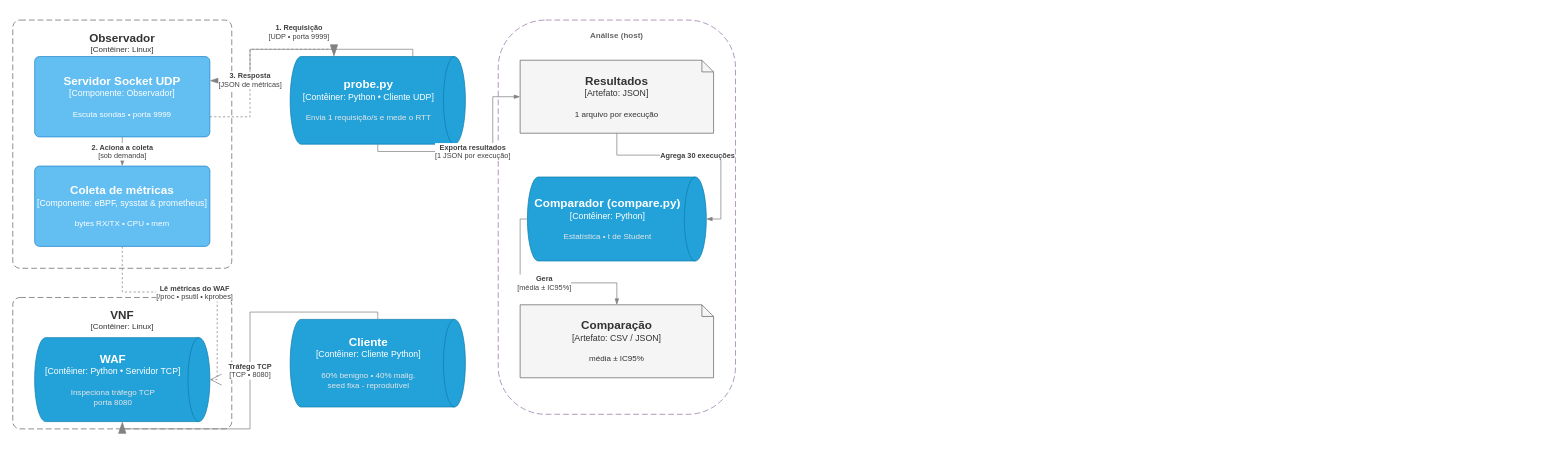
This is docs/C4model.drawio from joaopedroplinta/vnf-monitoring-benchmark, a draw.io file, before an edit. Source tidied: cells renumbered, new cells numbered last; positions are measured from the earlier drawing's top-left corner, leaving out a move shared by most shapes. Both pictures are drawn from the tidied source at 73%, with x=0, y=0 at pixel (12, 20).
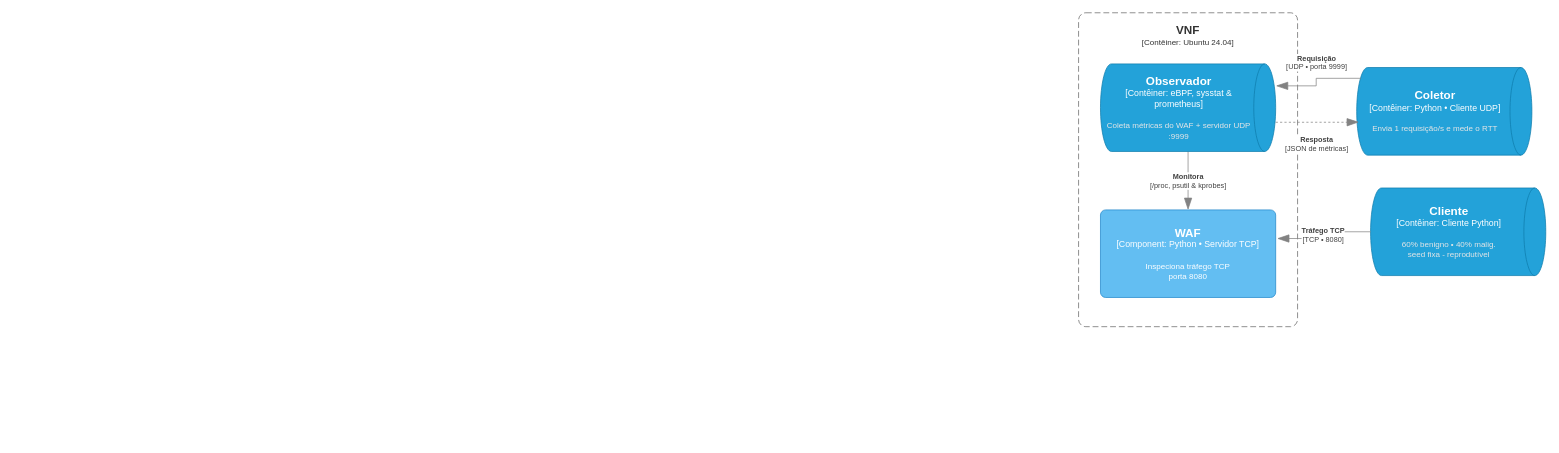
The same diagram, later.

Commit message (it also covers changes not shown here):
docs: atualizar diagrama C4 (drawio, png e svg)

Adiciona o SVG (usado no Overleaf via \includesvg, pois o pdfLaTeX não aceita
.svg em \includegraphics) e atualiza o drawio e o PNG de fallback.

The edit, as a diff of the source:
```diff
@@
-    <object id="2" label="&lt;font style=&quot;font-size: 16px&quot;&gt;&lt;b&gt;&lt;div style=&quot;&quot;&gt;%c4Name%&lt;/div&gt;&lt;/b&gt;&lt;/font&gt;&lt;div style=&quot;&quot;&gt;[%c4Application%]&lt;/div&gt;" c4Application="Contêiner: Linux" c4Name="Observador" placeholders="1">
-      <mxCell style="rounded=1;fontSize=11;whiteSpace=wrap;html=1;dashed=1;arcSize=20;fillColor=none;strokeColor=#666666;fontColor=light-dark(#333333,#000000);labelBackgroundColor=none;align=center;verticalAlign=top;labelBorderColor=none;spacingTop=0;spacing=10;dashPattern=8 4;perimeter=rectanglePerimeter;labelPadding=0;absoluteArcSize=1;" parent="1" vertex="1">
-        <mxGeometry width="300" height="340" as="geometry" />
-      </mxCell>
-    </object>
-    <object id="3" label="&lt;font style=&quot;font-size: 16px&quot;&gt;&lt;b&gt;&lt;div style=&quot;&quot;&gt;%c4Name%&lt;/div&gt;&lt;/b&gt;&lt;/font&gt;&lt;div style=&quot;&quot;&gt;[%c4Application%]&lt;/div&gt;" c4Application="Contêiner: Linux" c4Name="VNF" placeholders="1">
-      <mxCell style="rounded=1;fontSize=11;whiteSpace=wrap;html=1;dashed=1;arcSize=20;fillColor=none;strokeColor=#666666;fontColor=light-dark(#333333,#000000);labelBackgroundColor=none;align=center;verticalAlign=top;labelBorderColor=none;spacingTop=0;spacing=10;dashPattern=8 4;perimeter=rectanglePerimeter;labelPadding=0;absoluteArcSize=1;" parent="1" vertex="1">
-        <mxGeometry y="380" width="300" height="180" as="geometry" />
-      </mxCell>
-    </object>
-    <object id="4" label="&lt;font style=&quot;font-size: 16px&quot;&gt;&lt;b&gt;%c4Name%&lt;/b&gt;&lt;/font&gt;&lt;div&gt;[%c4Type%: %c4Technology%]&lt;/div&gt;&lt;br&gt;&lt;div&gt;&lt;font style=&quot;font-size: 11px&quot;&gt;%c4Description%&lt;/font&gt;&lt;/div&gt;" c4Description="Escuta sondas • porta 9999" c4Name="Servidor Socket UDP" c4Technology="Observador" c4Type="Componente" placeholders="1">
-      <mxCell style="rounded=1;whiteSpace=wrap;html=1;labelBackgroundColor=none;fillColor=#63BEF2;fontColor=#ffffff;align=center;arcSize=6;strokeColor=#2086C9;points=[[0.25,0,0],[0.5,0,0],[0.75,0,0],[1,0.25,0],[1,0.5,0],[1,0.75,0],[0.75,1,0],[0.5,1,0],[0.25,1,0],[0,0.75,0],[0,0.5,0],[0,0.25,0]];" parent="1" vertex="1">
-        <mxGeometry x="30" y="50" width="240" height="110" as="geometry" />
-      </mxCell>
-    </object>
-    <object id="5" label="&lt;font style=&quot;font-size: 16px&quot;&gt;&lt;b&gt;%c4Name%&lt;/b&gt;&lt;/font&gt;&lt;div&gt;[%c4Type%: %c4Technology%]&lt;/div&gt;&lt;br&gt;&lt;div&gt;&lt;font style=&quot;font-size: 11px&quot;&gt;%c4Description%&lt;/font&gt;&lt;/div&gt;" c4Description="bytes RX/TX • CPU • mem" c4Name="Coleta de métricas" c4Technology="eBPF, sysstat &amp; prometheus" c4Type="Componente" placeholders="1">
-      <mxCell style="rounded=1;whiteSpace=wrap;html=1;labelBackgroundColor=none;fillColor=#63BEF2;fontColor=#ffffff;align=center;arcSize=6;strokeColor=#2086C9;points=[[0.25,0,0],[0.5,0,0],[0.75,0,0],[1,0.25,0],[1,0.5,0],[1,0.75,0],[0.75,1,0],[0.5,1,0],[0.25,1,0],[0,0.75,0],[0,0.5,0],[0,0.25,0]];" parent="1" vertex="1">
-        <mxGeometry x="30" y="200" width="240" height="110" as="geometry" />
-      </mxCell>
-    </object>
-    <object id="6" label="&lt;font style=&quot;font-size: 16px&quot;&gt;&lt;b&gt;%c4Name%&lt;/b&gt;&lt;/font&gt;&lt;div&gt;[%c4Type%:&amp;nbsp;%c4Technology%]&lt;/div&gt;&lt;br&gt;&lt;div&gt;&lt;font style=&quot;font-size: 11px&quot;&gt;&lt;font color=&quot;#E6E6E6&quot;&gt;%c4Description%&lt;/font&gt;&lt;/div&gt;" c4Description="Inspeciona tráfego TCP&#10;porta 8080" c4Name="WAF" c4Technology="Python • Servidor TCP" c4Type="Contêiner" placeholders="1">
-      <mxCell style="shape=cylinder3;size=15;direction=south;whiteSpace=wrap;html=1;boundedLbl=1;rounded=0;labelBackgroundColor=none;fillColor=#23A2D9;fontSize=12;fontColor=#ffffff;align=center;strokeColor=#0E7DAD;points=[[0.5,0,0],[1,0.25,0],[1,0.5,0],[1,0.75,0],[0.5,1,0],[0,0.75,0],[0,0.5,0],[0,0.25,0]];" parent="1" vertex="1">
-        <mxGeometry x="30" y="435" width="240" height="115" as="geometry" />
-      </mxCell>
-    </object>
-    <object id="7" label="&lt;font style=&quot;font-size: 16px&quot;&gt;&lt;b&gt;%c4Name%&lt;/b&gt;&lt;/font&gt;&lt;div&gt;[%c4Type%:&amp;nbsp;%c4Technology%]&lt;/div&gt;&lt;br&gt;&lt;div&gt;&lt;font style=&quot;font-size: 11px&quot;&gt;&lt;font color=&quot;#E6E6E6&quot;&gt;%c4Description%&lt;/font&gt;&lt;/div&gt;" c4Description="Envia 1 requisição/s e mede o RTT" c4Name="probe.py" c4Technology="Python • Cliente UDP" c4Type="Contêiner" placeholders="1">
-      <mxCell style="shape=cylinder3;size=15;direction=south;whiteSpace=wrap;html=1;boundedLbl=1;rounded=0;labelBackgroundColor=none;fillColor=#23A2D9;fontSize=12;fontColor=#ffffff;align=center;strokeColor=#0E7DAD;points=[[0.5,0,0],[1,0.25,0],[1,0.5,0],[1,0.75,0],[0.5,1,0],[0,0.75,0],[0,0.5,0],[0,0.25,0]];" parent="1" vertex="1">
-        <mxGeometry x="380" y="50" width="240" height="120" as="geometry" />
-      </mxCell>
-    </object>
+    <object id="17" label="&lt;font style=&quot;font-size: 16px&quot;&gt;&lt;b&gt;&lt;div style=&quot;&quot;&gt;%c4Name%&lt;/div&gt;&lt;/b&gt;&lt;/font&gt;&lt;div style=&quot;&quot;&gt;[%c4Application%]&lt;/div&gt;" c4Application="Contêiner: Ubuntu 24.04" c4Name="VNF" placeholders="1">
+      <mxCell style="rounded=1;fontSize=11;whiteSpace=wrap;html=1;dashed=1;arcSize=20;fillColor=none;strokeColor=#666666;fontColor=light-dark(#333333,#000000);labelBackgroundColor=none;align=center;verticalAlign=top;labelBorderColor=none;spacingTop=0;spacing=10;dashPattern=8 4;perimeter=rectanglePerimeter;labelPadding=0;absoluteArcSize=1;" parent="1" vertex="1">
+        <mxGeometry x="1460" y="-10" width="300" height="430" as="geometry" />
+      </mxCell>
+    </object>
+    <object id="21" label="&lt;font style=&quot;font-size: 16px&quot;&gt;&lt;b&gt;%c4Name%&lt;/b&gt;&lt;/font&gt;&lt;div&gt;[%c4Type%:&amp;nbsp;%c4Technology%]&lt;/div&gt;&lt;br&gt;&lt;div&gt;&lt;font style=&quot;font-size: 11px&quot;&gt;&lt;font color=&quot;#E6E6E6&quot;&gt;%c4Description%&lt;/font&gt;&lt;/div&gt;" c4Description="Envia 1 requisição/s e mede o RTT" c4Name="Coletor" c4Technology="Python • Cliente UDP" c4Type="Contêiner" placeholders="1">
+      <mxCell style="shape=cylinder3;size=15;direction=south;whiteSpace=wrap;html=1;boundedLbl=1;rounded=0;labelBackgroundColor=none;fillColor=#23A2D9;fontSize=12;fontColor=#ffffff;align=center;strokeColor=#0E7DAD;points=[[0.5,0,0],[1,0.25,0],[1,0.5,0],[1,0.75,0],[0.5,1,0],[0,0.75,0],[0,0.5,0],[0,0.25,0]];" parent="1" vertex="1">
+        <mxGeometry x="1841" y="65" width="240" height="120" as="geometry" />
+      </mxCell>
+    </object>
     <object id="8" label="&lt;font style=&quot;font-size: 16px&quot;&gt;&lt;b&gt;%c4Name%&lt;/b&gt;&lt;/font&gt;&lt;div&gt;[%c4Type%:&amp;nbsp;%c4Technology%]&lt;/div&gt;&lt;br&gt;&lt;div&gt;&lt;font style=&quot;font-size: 11px&quot;&gt;&lt;font color=&quot;#E6E6E6&quot;&gt;%c4Description%&lt;/font&gt;&lt;/div&gt;" c4Description="60% benigno • 40% malig.&#10;seed fixa - reprodutível" c4Name="Cliente" c4Technology="Cliente Python" c4Type="Contêiner" placeholders="1">
       <mxCell style="shape=cylinder3;size=15;direction=south;whiteSpace=wrap;html=1;boundedLbl=1;rounded=0;labelBackgroundColor=none;fillColor=#23A2D9;fontSize=12;fontColor=#ffffff;align=center;strokeColor=#0E7DAD;points=[[0.5,0,0],[1,0.25,0],[1,0.5,0],[1,0.75,0],[0.5,1,0],[0,0.75,0],[0,0.5,0],[0,0.25,0]];" parent="1" vertex="1">
-        <mxGeometry x="380" y="410" width="240" height="120" as="geometry" />
+        <mxGeometry x="1860" y="230" width="240" height="120" as="geometry" />
       </mxCell>
     </object>
-    <object id="9" label="&lt;div style=&quot;text-align: left&quot;&gt;&lt;div style=&quot;text-align: center&quot;&gt;&lt;b&gt;%c4Description%&lt;/b&gt;&lt;/div&gt;&lt;div style=&quot;text-align: center&quot;&gt;[%c4Technology%]&lt;/div&gt;&lt;/div&gt;" c4Description="1. Requisição" c4Technology="UDP • porta 9999" placeholders="1">
-      <mxCell style="endArrow=blockThin;html=1;fontSize=10;fontColor=#404040;strokeWidth=1;endFill=1;strokeColor=#828282;elbow=vertical;endSize=14;startSize=14;jumpStyle=arc;jumpSize=16;rounded=0;edgeStyle=orthogonalEdgeStyle;exitX=0;exitY=0.3;exitDx=0;exitDy=0;exitPerimeter=0;entryX=1;entryY=0.3;entryDx=0;entryDy=0;entryPerimeter=0;" parent="1" edge="1" source="7" target="4">
-        <mxGeometry relative="1" as="geometry">
-          <mxPoint y="-24" as="offset" />
-        </mxGeometry>
-      </mxCell>
-    </object>
-    <object id="10" label="&lt;div style=&quot;text-align: left&quot;&gt;&lt;div style=&quot;text-align: center&quot;&gt;&lt;b&gt;%c4Description%&lt;/b&gt;&lt;/div&gt;&lt;div style=&quot;text-align: center&quot;&gt;[%c4Technology%]&lt;/div&gt;&lt;/div&gt;" c4Description="3. Resposta" c4Technology="JSON de métricas" placeholders="1">
-      <mxCell style="endArrow=blockThin;html=1;fontSize=10;fontColor=#404040;strokeWidth=1;endFill=1;strokeColor=#828282;elbow=vertical;endSize=14;startSize=14;jumpStyle=arc;jumpSize=16;rounded=0;edgeStyle=orthogonalEdgeStyle;dashed=1;exitX=1;exitY=0.75;exitDx=0;exitDy=0;exitPerimeter=0;entryX=0;entryY=0.75;entryDx=0;entryDy=0;entryPerimeter=0;" parent="1" edge="1" source="4" target="7">
-        <mxGeometry relative="1" as="geometry">
-          <mxPoint y="30" as="offset" />
-        </mxGeometry>
-      </mxCell>
-    </object>
-    <object id="11" label="&lt;div style=&quot;text-align: left&quot;&gt;&lt;div style=&quot;text-align: center&quot;&gt;&lt;b&gt;%c4Description%&lt;/b&gt;&lt;/div&gt;&lt;div style=&quot;text-align: center&quot;&gt;[%c4Technology%]&lt;/div&gt;&lt;/div&gt;" c4Description="2. Aciona a coleta" c4Technology="sob demanda" placeholders="1">
-      <mxCell style="endArrow=blockThin;html=1;fontSize=10;fontColor=#404040;strokeWidth=1;endFill=1;strokeColor=#828282;elbow=vertical;endSize=14;startSize=14;jumpStyle=arc;jumpSize=16;rounded=0;edgeStyle=orthogonalEdgeStyle;exitX=0.5;exitY=1;exitDx=0;exitDy=0;exitPerimeter=0;entryX=0.5;entryY=0;entryDx=0;entryDy=0;entryPerimeter=0;" parent="1" edge="1" source="4" target="5">
-        <mxGeometry relative="1" as="geometry" />
-      </mxCell>
-    </object>
+    <object id="22" label="&lt;div style=&quot;text-align: left&quot;&gt;&lt;div style=&quot;text-align: center&quot;&gt;&lt;b&gt;%c4Description%&lt;/b&gt;&lt;/div&gt;&lt;div style=&quot;text-align: center&quot;&gt;[%c4Technology%]&lt;/div&gt;&lt;/div&gt;" c4Description="Requisição" c4Technology="UDP • porta 9999" placeholders="1">
+      <mxCell style="endArrow=blockThin;html=1;fontSize=10;fontColor=#404040;strokeWidth=1;endFill=1;strokeColor=#828282;elbow=vertical;endSize=14;startSize=14;jumpStyle=arc;jumpSize=16;rounded=0;edgeStyle=orthogonalEdgeStyle;entryX=0.251;entryY=-0.002;entryDx=0;entryDy=0;entryPerimeter=0;exitX=0.123;exitY=0.976;exitDx=0;exitDy=0;exitPerimeter=0;" parent="1" edge="1" source="21" target="26">
+        <mxGeometry relative="1" as="geometry">
+          <mxPoint y="-24" as="offset" />
+        </mxGeometry>
+      </mxCell>
+    </object>
+    <object id="23" label="&lt;div style=&quot;text-align: left&quot;&gt;&lt;div style=&quot;text-align: center&quot;&gt;&lt;b&gt;%c4Description%&lt;/b&gt;&lt;/div&gt;&lt;div style=&quot;text-align: center&quot;&gt;[%c4Technology%]&lt;/div&gt;&lt;/div&gt;" c4Description="Resposta" c4Technology="JSON de métricas" placeholders="1">
+      <mxCell style="endArrow=blockThin;html=1;fontSize=10;fontColor=#404040;strokeWidth=1;endFill=1;strokeColor=#828282;elbow=vertical;endSize=14;startSize=14;jumpStyle=arc;jumpSize=16;rounded=0;edgeStyle=orthogonalEdgeStyle;dashed=1;entryX=0.623;entryY=0.988;entryDx=0;entryDy=0;entryPerimeter=0;" parent="1" edge="1" target="21">
+        <mxGeometry relative="1" as="geometry">
+          <mxPoint x="1730" y="140" as="sourcePoint" />
+          <mxPoint y="30" as="offset" />
+        </mxGeometry>
+      </mxCell>
+    </object>
+    <object id="24" label="&lt;div style=&quot;text-align: left&quot;&gt;&lt;div style=&quot;text-align: center&quot;&gt;&lt;b&gt;%c4Description%&lt;/b&gt;&lt;/div&gt;&lt;div style=&quot;text-align: center&quot;&gt;[%c4Technology%]&lt;/div&gt;&lt;/div&gt;" c4Description="Monitora" c4Technology="/proc, psutil &amp; kprobes" placeholders="1">
+      <mxCell style="endArrow=blockThin;html=1;fontSize=10;fontColor=#404040;strokeWidth=1;endFill=1;strokeColor=#828282;elbow=vertical;endSize=14;startSize=14;jumpStyle=arc;jumpSize=16;rounded=0;edgeStyle=orthogonalEdgeStyle;" parent="1" edge="1" source="26" target="25">
+        <mxGeometry relative="1" as="geometry" />
+      </mxCell>
+    </object>
     <object id="12" label="&lt;div style=&quot;text-align: left&quot;&gt;&lt;div style=&quot;text-align: center&quot;&gt;&lt;b&gt;%c4Description%&lt;/b&gt;&lt;/div&gt;&lt;div style=&quot;text-align: center&quot;&gt;[%c4Technology%]&lt;/div&gt;&lt;/div&gt;" c4Description="Tráfego TCP" c4Technology="TCP • 8080" placeholders="1">
-      <mxCell style="endArrow=blockThin;html=1;fontSize=10;fontColor=#404040;strokeWidth=1;endFill=1;strokeColor=#828282;elbow=vertical;endSize=14;startSize=14;jumpStyle=arc;jumpSize=16;rounded=0;edgeStyle=orthogonalEdgeStyle;exitX=0;exitY=0.5;exitDx=0;exitDy=0;exitPerimeter=0;entryX=1;entryY=0.5;entryDx=0;entryDy=0;entryPerimeter=0;" parent="1" edge="1" source="8" target="6">
+      <mxCell style="endArrow=blockThin;html=1;fontSize=10;fontColor=#404040;strokeWidth=1;endFill=1;strokeColor=#828282;elbow=vertical;endSize=14;startSize=14;jumpStyle=arc;jumpSize=16;rounded=0;edgeStyle=orthogonalEdgeStyle;entryX=1.009;entryY=0.327;entryDx=0;entryDy=0;entryPerimeter=0;" parent="1" edge="1" source="8" target="25">
         <mxGeometry relative="1" as="geometry" />
       </mxCell>
     </object>
-    <object id="13" label="&lt;div style=&quot;text-align: left&quot;&gt;&lt;div style=&quot;text-align: center&quot;&gt;&lt;b&gt;%c4Description%&lt;/b&gt;&lt;/div&gt;&lt;div style=&quot;text-align: center&quot;&gt;[%c4Technology%]&lt;/div&gt;&lt;/div&gt;" c4Description="Lê métricas do WAF" c4Technology="/proc • psutil • kprobes" placeholders="1">
-      <mxCell style="endArrow=open;html=1;fontSize=10;fontColor=#404040;strokeWidth=1;endFill=0;strokeColor=#828282;dashed=1;elbow=vertical;endSize=14;startSize=14;jumpStyle=arc;jumpSize=16;rounded=0;edgeStyle=orthogonalEdgeStyle;exitX=0.5;exitY=1;exitDx=0;exitDy=0;exitPerimeter=0;entryX=0.5;entryY=0;entryDx=0;entryDy=0;entryPerimeter=0;" parent="1" edge="1" source="5" target="6">
-        <mxGeometry relative="1" as="geometry" />
-      </mxCell>
-    </object>
-    <mxCell id="14" value="&lt;b&gt;Análise (host)&lt;/b&gt;" style="rounded=1;fontSize=11;whiteSpace=wrap;html=1;dashed=1;arcSize=20;fillColor=none;strokeColor=#9673A6;fontColor=#666666;align=center;verticalAlign=top;dashPattern=8 4;spacing=10;" parent="1" vertex="1">
-      <mxGeometry x="665" width="325" height="540" as="geometry" />
-    </mxCell>
-    <mxCell id="15" value="&lt;font style=&quot;font-size: 16px&quot;&gt;&lt;b&gt;Resultados&lt;/b&gt;&lt;/font&gt;&lt;div&gt;[Artefato: JSON]&lt;/div&gt;&lt;br&gt;&lt;div&gt;&lt;font style=&quot;font-size: 11px&quot;&gt;1 arquivo por execução&lt;/font&gt;&lt;/div&gt;" style="shape=note;whiteSpace=wrap;html=1;size=16;fillColor=#F5F5F5;strokeColor=#666666;fontColor=#333333;align=center;verticalAlign=middle;" parent="1" vertex="1">
-      <mxGeometry x="695" y="55" width="265" height="100" as="geometry" />
-    </mxCell>
-    <mxCell id="16" value="&lt;font style=&quot;font-size: 16px&quot;&gt;&lt;b&gt;Comparador (compare.py)&lt;/b&gt;&lt;/font&gt;&lt;div&gt;[Contêiner: Python]&lt;/div&gt;&lt;br&gt;&lt;div&gt;&lt;font style=&quot;font-size: 11px&quot;&gt;&lt;font color=&quot;#E6E6E6&quot;&gt;Estatística • t de Student&lt;/font&gt;&lt;/font&gt;&lt;/div&gt;" style="shape=cylinder3;size=15;direction=south;whiteSpace=wrap;html=1;boundedLbl=1;rounded=0;labelBackgroundColor=none;fillColor=#23A2D9;fontSize=12;fontColor=#ffffff;align=center;strokeColor=#0E7DAD;points=[[0.5,0,0],[1,0.25,0],[1,0.5,0],[1,0.75,0],[0.5,1,0],[0,0.75,0],[0,0.5,0],[0,0.25,0]];" parent="1" vertex="1">
-      <mxGeometry x="705" y="215" width="245" height="115" as="geometry" />
-    </mxCell>
-    <mxCell id="17" value="&lt;font style=&quot;font-size: 16px&quot;&gt;&lt;b&gt;Comparação&lt;/b&gt;&lt;/font&gt;&lt;div&gt;[Artefato: CSV / JSON]&lt;/div&gt;&lt;br&gt;&lt;div&gt;&lt;font style=&quot;font-size: 11px&quot;&gt;média ± IC95%&lt;/font&gt;&lt;/div&gt;" style="shape=note;whiteSpace=wrap;html=1;size=16;fillColor=#F5F5F5;strokeColor=#666666;fontColor=#333333;align=center;verticalAlign=middle;" parent="1" vertex="1">
-      <mxGeometry x="695" y="390" width="265" height="100" as="geometry" />
-    </mxCell>
-    <mxCell id="18" value="&lt;b&gt;Exporta resultados&lt;/b&gt;&lt;div&gt;[1 JSON por execução]&lt;/div&gt;" style="endArrow=blockThin;html=1;fontSize=10;fontColor=#404040;strokeWidth=1;endFill=1;strokeColor=#828282;rounded=0;edgeStyle=orthogonalEdgeStyle;exitX=1;exitY=0.5;exitDx=0;exitDy=0;exitPerimeter=0;entryX=0;entryY=0.5;entryDx=0;entryDy=0;entryPerimeter=0;" parent="1" edge="1" source="7" target="15">
-      <mxGeometry relative="1" as="geometry" />
-    </mxCell>
-    <mxCell id="19" value="&lt;b&gt;Agrega 30 execuções&lt;/b&gt;" style="endArrow=blockThin;html=1;fontSize=10;fontColor=#404040;strokeWidth=1;endFill=1;strokeColor=#828282;rounded=0;edgeStyle=orthogonalEdgeStyle;exitX=0.5;exitY=1;exitDx=0;exitDy=0;exitPerimeter=0;entryX=0.5;entryY=0;entryDx=0;entryDy=0;entryPerimeter=0;" parent="1" edge="1" source="15" target="16">
-      <mxGeometry relative="1" as="geometry" />
-    </mxCell>
-    <mxCell id="20" value="&lt;b&gt;Gera&lt;/b&gt;&lt;div&gt;[média ± IC95%]&lt;/div&gt;" style="endArrow=blockThin;html=1;fontSize=10;fontColor=#404040;strokeWidth=1;endFill=1;strokeColor=#828282;rounded=0;edgeStyle=orthogonalEdgeStyle;exitX=0.5;exitY=1;exitDx=0;exitDy=0;exitPerimeter=0;entryX=0.5;entryY=0;entryDx=0;entryDy=0;entryPerimeter=0;" parent="1" edge="1" source="16" target="17">
-      <mxGeometry relative="1" as="geometry" />
-    </mxCell>
+    <object id="25" label="&lt;font style=&quot;font-size: 16px&quot;&gt;&lt;b&gt;%c4Name%&lt;/b&gt;&lt;/font&gt;&lt;div&gt;[%c4Type%: %c4Technology%]&lt;/div&gt;&lt;br&gt;&lt;div&gt;&lt;font style=&quot;font-size: 11px&quot;&gt;%c4Description%&lt;/font&gt;&lt;/div&gt;" c4Description="Inspeciona tráfego TCP&#10;porta 8080" c4Name="WAF" c4Technology="Python • Servidor TCP" c4Type="Component" placeholders="1">
+      <mxCell style="rounded=1;whiteSpace=wrap;html=1;labelBackgroundColor=none;fillColor=#63BEF2;fontColor=#ffffff;align=center;arcSize=6;strokeColor=#2086C9;points=[[0.25,0,0],[0.5,0,0],[0.75,0,0],[1,0.25,0],[1,0.5,0],[1,0.75,0],[0.75,1,0],[0.5,1,0],[0.25,1,0],[0,0.75,0],[0,0.5,0],[0,0.25,0]];" parent="1" vertex="1">
+        <mxGeometry x="1490" y="260" width="240" height="120" as="geometry" />
+      </mxCell>
+    </object>
+    <object id="26" label="&lt;font style=&quot;font-size: 16px&quot;&gt;&lt;b&gt;%c4Name%&lt;/b&gt;&lt;/font&gt;&lt;div&gt;[%c4Type%:&amp;nbsp;%c4Technology%]&lt;/div&gt;&lt;br&gt;&lt;div&gt;&lt;font style=&quot;font-size: 11px&quot;&gt;&lt;font color=&quot;#E6E6E6&quot;&gt;%c4Description%&lt;/font&gt;&lt;/div&gt;" c4Description="Coleta métricas do WAF + servidor UDP :9999" c4Name="Observador" c4Technology="eBPF, sysstat &amp; prometheus" c4Type="Contêiner" placeholders="1">
+      <mxCell style="shape=cylinder3;size=15;direction=south;whiteSpace=wrap;html=1;boundedLbl=1;rounded=0;labelBackgroundColor=none;fillColor=#23A2D9;fontSize=12;fontColor=#ffffff;align=center;strokeColor=#0E7DAD;points=[[0.5,0,0],[1,0.25,0],[1,0.5,0],[1,0.75,0],[0.5,1,0],[0,0.75,0],[0,0.5,0],[0,0.25,0]];" parent="1" vertex="1">
+        <mxGeometry x="1490" y="60" width="240" height="120" as="geometry" />
+      </mxCell>
+    </object>
```
